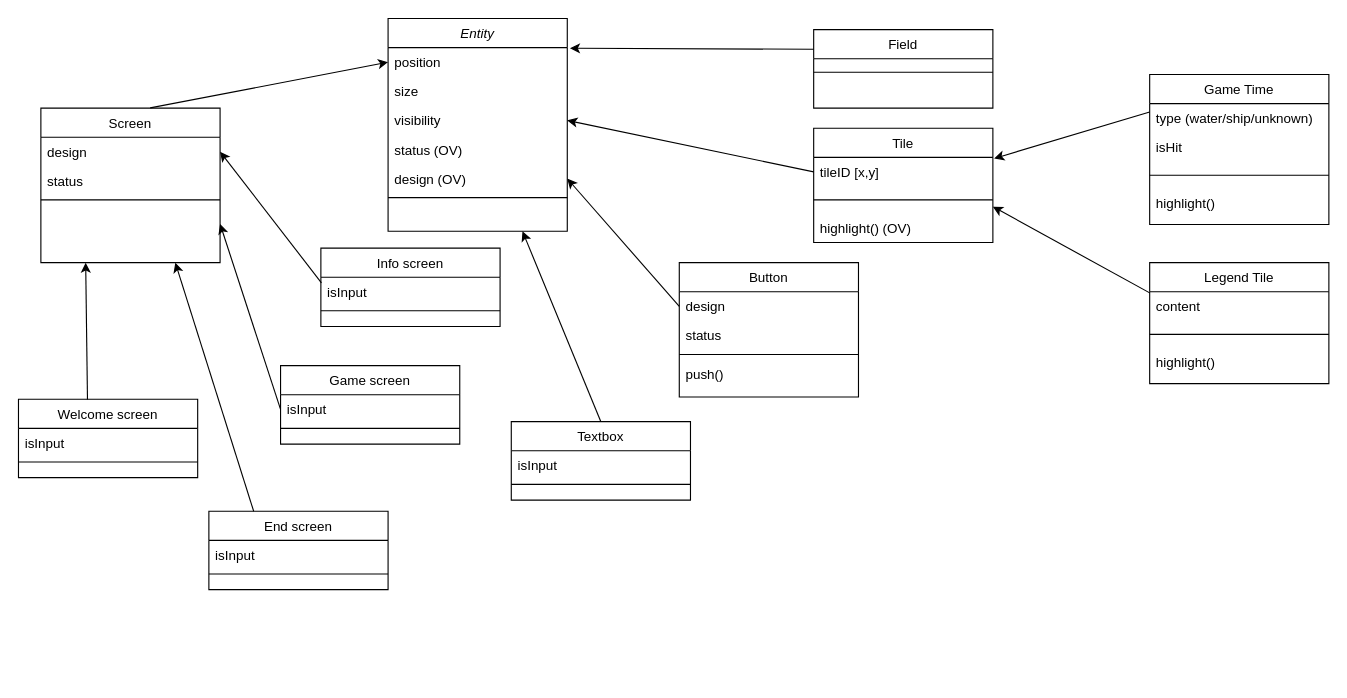
Szaller99/BRSzT-Hazi-Torpedo-Tea-Szaller-Laci keeps this draw.io diagram as test.drawio. Above is the earlier version. Source tidied: cells renumbered, new cells numbered last; positions are measured from the earlier drawing's top-left corner, leaving out a move shared by most shapes. Both pictures are drawn from the tidied source at 112%, with x=0, y=0 at pixel (18, 18).
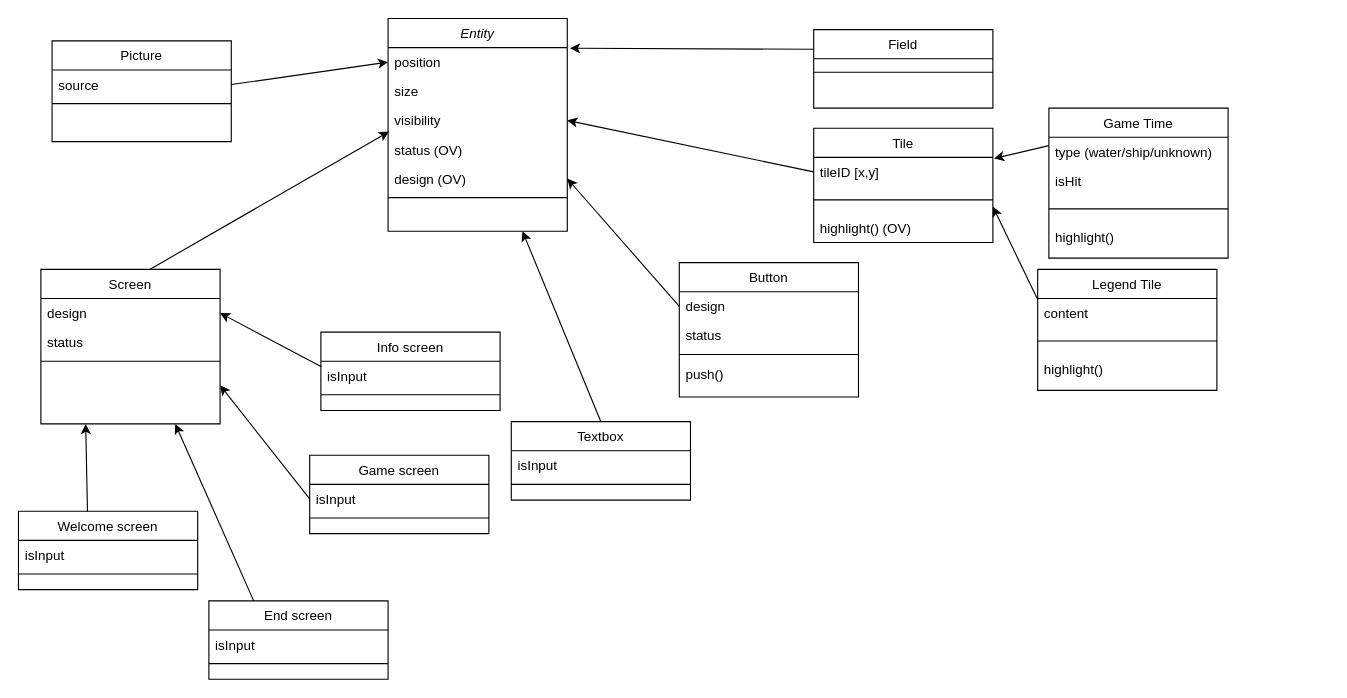
After the change.

Commit message:
uml added picture class

The change refers to these unchanged cells:
```xml
<mxCell id="3" value="position" style="text;align=left;verticalAlign=top;spacingLeft=4;spacingRight=4;overflow=hidden;points=[[0,0.5],[1,0.5]];portConstraint=eastwest;" parent="2" vertex="1">
  <mxGeometry y="26" width="160" height="26" as="geometry" />
</mxCell>
<mxCell id="6" value="status (OV)" style="text;align=left;verticalAlign=top;spacingLeft=4;spacingRight=4;overflow=hidden;points=[[0,0.5],[1,0.5]];portConstraint=eastwest;rounded=0;shadow=0;html=0;" parent="2" vertex="1">
  <mxGeometry y="104" width="160" height="26" as="geometry" />
</mxCell>
```

The edit, as a diff of the source:
```diff
@@
     <mxCell id="9" value="Screen" style="swimlane;fontStyle=0;align=center;verticalAlign=top;horizontal=1;startSize=26;rounded=0;shadow=0;strokeWidth=1;" parent="1" vertex="1">
-      <mxGeometry x="20" y="80" width="160" height="138" as="geometry" />
+      <mxGeometry x="20" y="224" width="160" height="138" as="geometry" />
     </mxCell>
@@
-    <mxCell id="23" style="endArrow=classic;html=1;rounded=0;entryX=0;entryY=0.5;entryDx=0;entryDy=0;exitX=0.61;exitY=-0.001;exitDx=0;exitDy=0;exitPerimeter=0;" parent="1" edge="1" source="9" target="3">
+    <mxCell id="23" style="endArrow=classic;html=1;rounded=0;entryX=0.005;entryY=-0.115;entryDx=0;entryDy=0;exitX=0.61;exitY=-0.001;exitDx=0;exitDy=0;exitPerimeter=0;entryPerimeter=0;" parent="1" edge="1" source="9" target="6">
       <mxGeometry relative="1" as="geometry" />
     </mxCell>
     <mxCell id="24" value="Welcome screen" style="swimlane;fontStyle=0;align=center;verticalAlign=top;horizontal=1;startSize=26;rounded=0;shadow=0;strokeWidth=1;" parent="1" vertex="1">
-      <mxGeometry y="340" width="160" height="70" as="geometry" />
+      <mxGeometry y="440" width="160" height="70" as="geometry" />
     </mxCell>
@@
     <mxCell id="27" value="Info screen" style="swimlane;fontStyle=0;align=center;verticalAlign=top;horizontal=1;startSize=26;rounded=0;shadow=0;strokeWidth=1;" parent="1" vertex="1">
-      <mxGeometry x="270" y="205" width="160" height="70" as="geometry" />
+      <mxGeometry x="270" y="280" width="160" height="70" as="geometry" />
     </mxCell>
@@
     <mxCell id="30" value="Game screen" style="swimlane;fontStyle=0;align=center;verticalAlign=top;horizontal=1;startSize=26;rounded=0;shadow=0;strokeWidth=1;" parent="1" vertex="1">
-      <mxGeometry x="234" y="310" width="160" height="70" as="geometry" />
+      <mxGeometry x="260" y="390" width="160" height="70" as="geometry" />
     </mxCell>
@@
     <mxCell id="33" value="End screen" style="swimlane;fontStyle=0;align=center;verticalAlign=top;horizontal=1;startSize=26;rounded=0;shadow=0;strokeWidth=1;" parent="1" vertex="1">
-      <mxGeometry x="170" y="440" width="160" height="70" as="geometry" />
+      <mxGeometry x="170" y="520" width="160" height="70" as="geometry" />
     </mxCell>
@@
     <mxCell id="43" value="Game Time" style="swimlane;fontStyle=0;align=center;verticalAlign=top;horizontal=1;startSize=26;rounded=0;shadow=0;strokeWidth=1;" parent="1" vertex="1">
-      <mxGeometry x="1010" y="50" width="160" height="134" as="geometry" />
+      <mxGeometry x="920" y="80" width="160" height="134" as="geometry" />
     </mxCell>
@@
     <mxCell id="49" value="Legend Tile" style="swimlane;fontStyle=0;align=center;verticalAlign=top;horizontal=1;startSize=26;rounded=0;shadow=0;strokeWidth=1;" parent="1" vertex="1">
-      <mxGeometry x="1010" y="218" width="160" height="108" as="geometry" />
+      <mxGeometry x="910" y="224" width="160" height="108" as="geometry" />
     </mxCell>
@@
+    <mxCell id="59" value="Picture" style="swimlane;fontStyle=0;align=center;verticalAlign=top;horizontal=1;startSize=26;rounded=0;shadow=0;strokeWidth=1;" parent="1" vertex="1">
+      <mxGeometry x="30" y="20" width="160" height="90" as="geometry" />
+    </mxCell>
+    <mxCell id="60" value="source" style="text;align=left;verticalAlign=top;spacingLeft=4;spacingRight=4;overflow=hidden;points=[[0,0.5],[1,0.5]];portConstraint=eastwest;rounded=0;shadow=0;html=0;" parent="59" vertex="1">
+      <mxGeometry y="26" width="160" height="26" as="geometry" />
+    </mxCell>
+    <mxCell id="61" style="line;html=1;strokeWidth=1;align=left;verticalAlign=middle;spacingTop=-1;spacingLeft=3;spacingRight=3;labelPosition=right;" parent="59" vertex="1">
+      <mxGeometry y="52" width="160" height="8" as="geometry" />
+    </mxCell>
+    <mxCell id="62" style="endArrow=classic;html=1;rounded=0;entryX=0;entryY=0.5;entryDx=0;entryDy=0;exitX=1;exitY=0.5;exitDx=0;exitDy=0;" parent="1" edge="1" source="60" target="3">
+      <mxGeometry relative="1" as="geometry" />
+    </mxCell>
```
